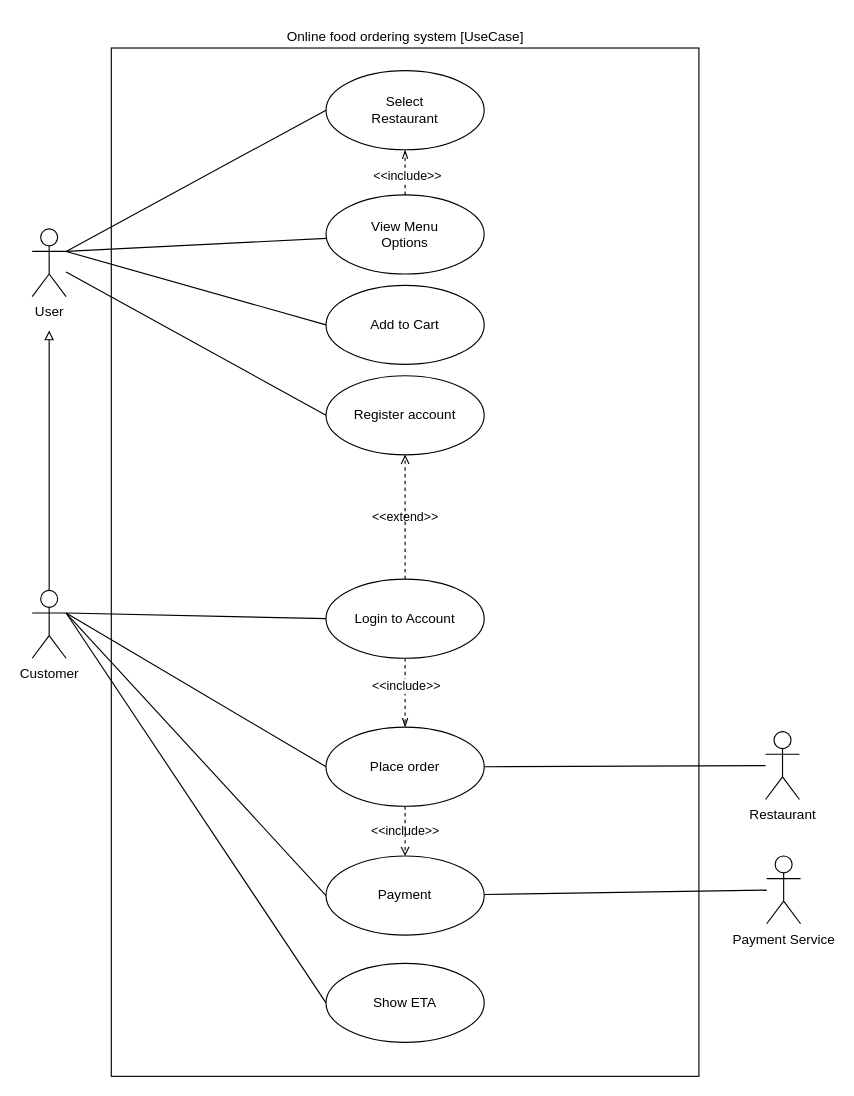
Before: page "UseCase" (1 of 6) of Project work Modellering.drawio in timhallberg/projectworkModellering, a draw.io diagram. Source tidied: cells renumbered, new cells numbered last; positions are measured from the earlier drawing's top-left corner, leaving out a move shared by most shapes. Both pictures are drawn from the tidied source at 113%, with x=0, y=0 at pixel (32, 19).
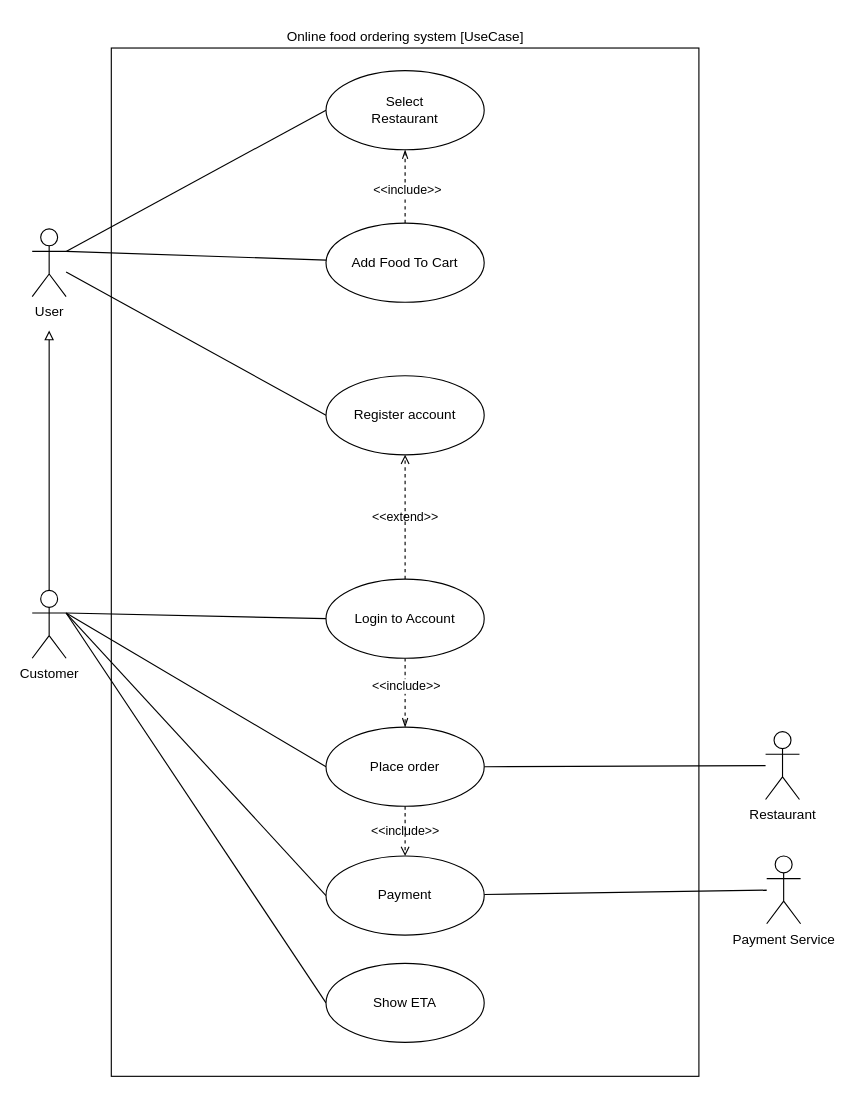
Above is the later version.

The change refers to these unchanged cells:
```xml
<mxCell id="7" value="User" style="shape=umlActor;verticalLabelPosition=bottom;verticalAlign=top;html=1;" parent="1" vertex="1">
  <mxGeometry y="185" width="30" height="60" as="geometry" />
</mxCell>
```

Change to the diagram source:
```diff
@@
-    <mxCell id="5" style="edgeStyle=none;rounded=0;jettySize=auto;html=1;entryX=0;entryY=0.5;entryDx=0;entryDy=0;endArrow=none;endFill=0;exitX=1;exitY=0.3333333333333333;exitDx=0;exitDy=0;exitPerimeter=0;" parent="1" edge="1" source="7" target="19">
-      <mxGeometry relative="1" as="geometry" />
-    </mxCell>
@@
-    <mxCell id="18" value="View Menu &lt;br&gt;Options" style="ellipse;whiteSpace=wrap;html=1;" parent="1" vertex="1">
-      <mxGeometry x="260" y="155" width="140" height="70" as="geometry" />
+    <mxCell id="18" value="Add Food To Cart" style="ellipse;whiteSpace=wrap;html=1;" parent="1" vertex="1">
+      <mxGeometry x="260" y="180" width="140" height="70" as="geometry" />
     </mxCell>
-    <mxCell id="19" value="Add to Cart" style="ellipse;whiteSpace=wrap;html=1;" parent="1" vertex="1">
-      <mxGeometry x="260" y="235" width="140" height="70" as="geometry" />
-    </mxCell>
```
